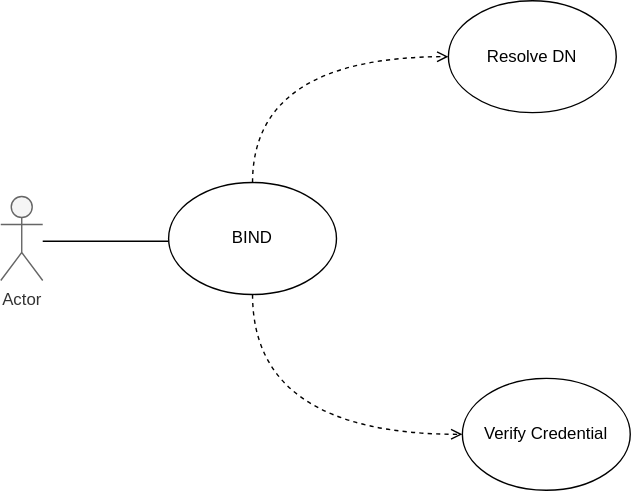
Above: Use Case 1 - Bind.drawio.svg in bartelsjoshuac/SAPG (draw.io), before the change. Source tidied: cells renumbered, new cells last; positions are measured from the earlier drawing's top-left corner, leaving out a move shared by most shapes.
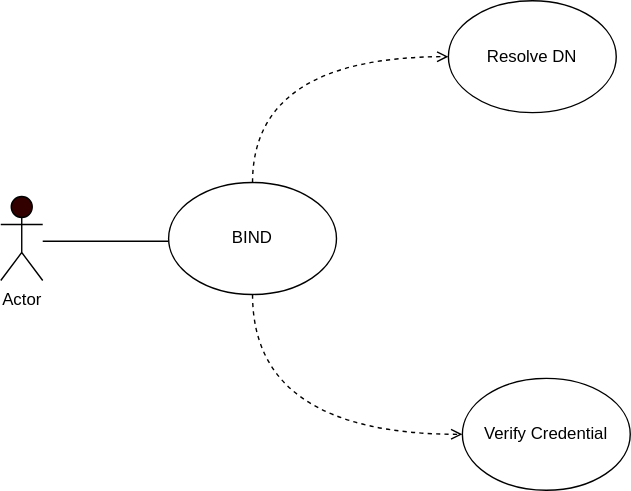
The same file after the commit.

What changed in the source:
```diff
@@ -2,7 +2,7 @@
   <root>
     <mxCell id="0" />
     <mxCell id="1" parent="0" />
-    <mxCell id="2" value="Actor" style="shape=umlActor;verticalLabelPosition=bottom;verticalAlign=top;html=1;fillColor=#f5f5f5;fontColor=#333333;strokeColor=#666666;" parent="1" vertex="1">
+    <mxCell id="2" value="Actor" style="shape=umlActor;verticalLabelPosition=bottom;verticalAlign=top;html=1;fillColor=#330000;" parent="1" vertex="1">
       <mxGeometry y="140" width="30" height="60" as="geometry" />
     </mxCell>
     <mxCell id="3" style="endArrow=none;html=1;" parent="1" edge="1">
```
